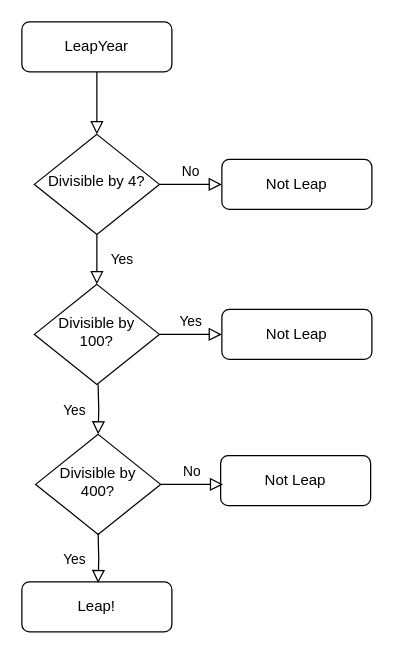
This is 3_3LeapYear.drawio from clintio/100-Python-Challenges, a draw.io file, before an edit. Source tidied: cells renumbered, new cells numbered last; positions are measured from the earlier drawing's top-left corner, leaving out a move shared by most shapes. Both pictures are drawn from the tidied source at 125%, with x=0, y=0 at pixel (21, 21).
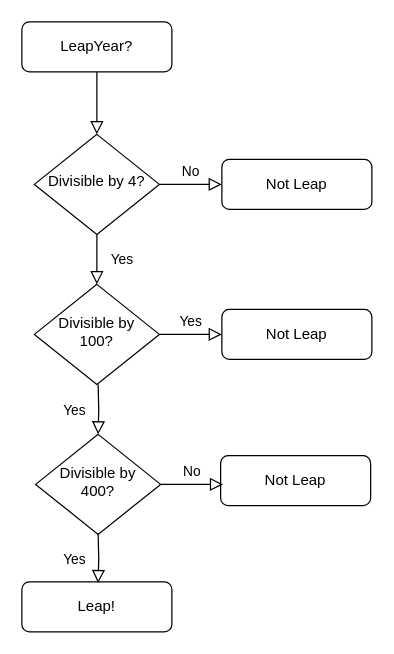
The same page after the edit.

Change to the diagram source:
```diff
@@
 <mxGraphModel>
   <root>
     <mxCell id="0" />
     <mxCell id="1" parent="0" />
     <mxCell id="2" style="rounded=0;html=1;jettySize=auto;fontSize=11;endArrow=block;endFill=0;endSize=8;strokeWidth=1;shadow=0;labelBackgroundColor=none;edgeStyle=orthogonalEdgeStyle;" parent="1" edge="1" source="3" target="6">
       <mxGeometry relative="1" as="geometry" />
     </mxCell>
-    <mxCell id="3" value="LeapYear" style="rounded=1;whiteSpace=wrap;html=1;fontSize=12;glass=0;strokeWidth=1;shadow=0;" parent="1" vertex="1">
+    <mxCell id="3" value="LeapYear?" style="rounded=1;whiteSpace=wrap;html=1;fontSize=12;glass=0;strokeWidth=1;shadow=0;" parent="1" vertex="1">
       <mxGeometry width="120" height="40" as="geometry" />
     </mxCell>
     <mxCell id="4" value="Yes" style="rounded=0;html=1;jettySize=auto;fontSize=11;endArrow=block;endFill=0;endSize=8;strokeWidth=1;shadow=0;labelBackgroundColor=none;edgeStyle=orthogonalEdgeStyle;" parent="1" edge="1" source="6" target="9">
       <mxGeometry y="20" relative="1" as="geometry" />
     </mxCell>
     <mxCell id="5" value="No" style="edgeStyle=orthogonalEdgeStyle;rounded=0;html=1;jettySize=auto;fontSize=11;endArrow=block;endFill=0;endSize=8;strokeWidth=1;shadow=0;labelBackgroundColor=none;" parent="1" edge="1" source="6" target="7">
       <mxGeometry y="10" relative="1" as="geometry" />
     </mxCell>
     <mxCell id="6" value="Divisible by 4?" style="rhombus;whiteSpace=wrap;html=1;shadow=0;fontFamily=Helvetica;fontSize=12;align=center;strokeWidth=1;spacing=6;spacingTop=-4;" parent="1" vertex="1">
       <mxGeometry x="10" y="90" width="100" height="80" as="geometry" />
     </mxCell>
     <mxCell id="7" value="Not Leap" style="rounded=1;whiteSpace=wrap;html=1;fontSize=12;glass=0;strokeWidth=1;shadow=0;" parent="1" vertex="1">
       <mxGeometry x="160" y="110" width="120" height="40" as="geometry" />
     </mxCell>
     <mxCell id="8" value="Yes" style="edgeStyle=orthogonalEdgeStyle;rounded=0;html=1;jettySize=auto;fontSize=11;endArrow=block;endFill=0;endSize=8;strokeWidth=1;shadow=0;labelBackgroundColor=none;" parent="1" edge="1" source="9" target="11">
       <mxGeometry y="10" relative="1" as="geometry" />
     </mxCell>
     <mxCell id="9" value="Divisible by 100?" style="rhombus;whiteSpace=wrap;html=1;shadow=0;fontFamily=Helvetica;fontSize=12;align=center;strokeWidth=1;spacing=6;spacingTop=-4;" parent="1" vertex="1">
       <mxGeometry x="10" y="210" width="100" height="80" as="geometry" />
     </mxCell>
     <mxCell id="10" value="Leap!" style="rounded=1;whiteSpace=wrap;html=1;fontSize=12;glass=0;strokeWidth=1;shadow=0;" parent="1" vertex="1">
       <mxGeometry y="448" width="120" height="40" as="geometry" />
     </mxCell>
     <mxCell id="11" value="Not Leap" style="rounded=1;whiteSpace=wrap;html=1;fontSize=12;glass=0;strokeWidth=1;shadow=0;" parent="1" vertex="1">
       <mxGeometry x="160" y="230" width="120" height="40" as="geometry" />
     </mxCell>
     <mxCell id="12" value="Divisible by 400?" style="rhombus;whiteSpace=wrap;html=1;shadow=0;fontFamily=Helvetica;fontSize=12;align=center;strokeWidth=1;spacing=6;spacingTop=-4;" parent="1" vertex="1">
       <mxGeometry x="11" y="330" width="100" height="80" as="geometry" />
     </mxCell>
     <mxCell id="13" value="Not Leap" style="rounded=1;whiteSpace=wrap;html=1;fontSize=12;glass=0;strokeWidth=1;shadow=0;" parent="1" vertex="1">
       <mxGeometry x="159" y="347" width="120" height="40" as="geometry" />
     </mxCell>
     <mxCell id="14" value="No" style="edgeStyle=orthogonalEdgeStyle;rounded=0;html=1;jettySize=auto;orthogonalLoop=1;fontSize=11;endArrow=block;endFill=0;endSize=8;strokeWidth=1;shadow=0;labelBackgroundColor=none;" parent="1" edge="1">
       <mxGeometry y="10" relative="1" as="geometry">
         <mxPoint x="111" y="370" as="sourcePoint" />
         <mxPoint x="161" y="370" as="targetPoint" />
       </mxGeometry>
     </mxCell>
     <mxCell id="15" value="Yes" style="rounded=0;html=1;jettySize=auto;orthogonalLoop=1;fontSize=11;endArrow=block;endFill=0;endSize=8;strokeWidth=1;shadow=0;labelBackgroundColor=none;edgeStyle=orthogonalEdgeStyle;" parent="1" edge="1">
       <mxGeometry y="20" relative="1" as="geometry">
         <mxPoint x="61" y="290" as="sourcePoint" />
         <mxPoint x="61" y="330" as="targetPoint" />
       </mxGeometry>
     </mxCell>
     <mxCell id="16" value="Yes" style="rounded=0;html=1;jettySize=auto;orthogonalLoop=1;fontSize=11;endArrow=block;endFill=0;endSize=8;strokeWidth=1;shadow=0;labelBackgroundColor=none;edgeStyle=orthogonalEdgeStyle;" parent="1" edge="1">
       <mxGeometry y="20" relative="1" as="geometry">
         <mxPoint x="61" y="409" as="sourcePoint" />
         <mxPoint x="61" y="449" as="targetPoint" />
       </mxGeometry>
     </mxCell>
   </root>
 </mxGraphModel>
```
